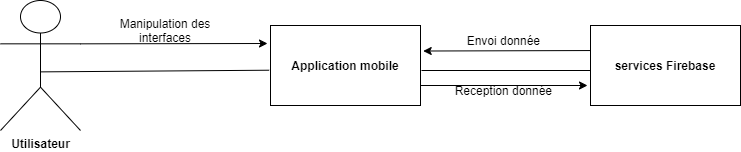
Above: Modélisation et diagramme/diagramme contexte.png in Josback04/MON_TFC (draw.io), before the change. Source tidied: cells renumbered, new cells last; positions are measured from the earlier drawing's top-left corner, leaving out a move shared by most shapes.
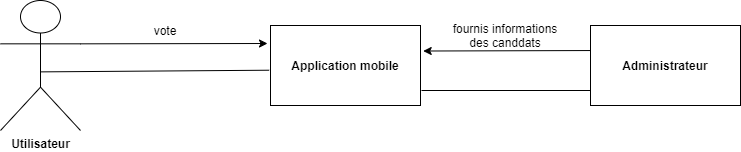
The same file after the commit.

The edit, as a diff of the source:
```diff
@@ -8,7 +8,7 @@
     <mxCell id="3" value="&lt;b&gt;Application mobile&lt;/b&gt;" style="rounded=0;whiteSpace=wrap;html=1;glass=0;align=center;" parent="1" vertex="1">
       <mxGeometry x="270" y="25" width="150" height="80" as="geometry" />
     </mxCell>
-    <mxCell id="4" value="&lt;b&gt;services Firebase&lt;/b&gt;" style="rounded=0;whiteSpace=wrap;html=1;glass=0;align=center;" parent="1" vertex="1">
+    <mxCell id="4" value="&lt;b&gt;Administrateur&lt;/b&gt;" style="rounded=0;whiteSpace=wrap;html=1;glass=0;align=center;" parent="1" vertex="1">
       <mxGeometry x="590" y="25" width="150" height="80" as="geometry" />
     </mxCell>
     <mxCell id="5" style="endArrow=none;html=1;strokeColor=#000000;exitX=0.509;exitY=0.549;exitDx=0;exitDy=0;exitPerimeter=0;entryX=-0.009;entryY=0.559;entryDx=0;entryDy=0;entryPerimeter=0;" parent="1" edge="1" source="2" target="3">
@@ -16,30 +16,22 @@
     </mxCell>
     <mxCell id="6" style="endArrow=none;html=1;strokeColor=#000000;entryX=-0.009;entryY=0.559;entryDx=0;entryDy=0;entryPerimeter=0;" parent="1" edge="1">
       <mxGeometry relative="1" as="geometry">
-        <mxPoint x="421" y="70" as="sourcePoint" />
-        <mxPoint x="590" y="70" as="targetPoint" />
+        <mxPoint x="421" y="90" as="sourcePoint" />
+        <mxPoint x="590" y="90" as="targetPoint" />
       </mxGeometry>
     </mxCell>
-    <mxCell id="7" style="endArrow=classic;html=1;strokeColor=#000000;exitX=1;exitY=0.75;exitDx=0;exitDy=0;" parent="1" edge="1" source="3">
-      <mxGeometry relative="1" as="geometry">
-        <mxPoint x="587" y="85" as="targetPoint" />
-      </mxGeometry>
-    </mxCell>
     <mxCell id="8" style="endArrow=classic;html=1;strokeColor=#000000;exitX=0;exitY=0.313;exitDx=0;exitDy=0;exitPerimeter=0;entryX=1.018;entryY=0.319;entryDx=0;entryDy=0;entryPerimeter=0;" parent="1" edge="1" source="4" target="3">
       <mxGeometry relative="1" as="geometry" />
     </mxCell>
-    <mxCell id="9" value="Reception donnée&amp;nbsp;" style="text;html=1;strokeColor=none;fillColor=none;align=center;verticalAlign=middle;whiteSpace=wrap;rounded=0;glass=0;" parent="1" vertex="1">
-      <mxGeometry x="450" y="80" width="110" height="20" as="geometry" />
-    </mxCell>
-    <mxCell id="10" value="Envoi donnée&amp;nbsp;" style="text;html=1;strokeColor=none;fillColor=none;align=center;verticalAlign=middle;whiteSpace=wrap;rounded=0;glass=0;" parent="1" vertex="1">
-      <mxGeometry x="450" y="30" width="110" height="20" as="geometry" />
+    <mxCell id="10" value="fournis informations des canddats" style="text;html=1;strokeColor=none;fillColor=none;align=center;verticalAlign=middle;whiteSpace=wrap;rounded=0;glass=0;" parent="1" vertex="1">
+      <mxGeometry x="450" y="25" width="110" height="20" as="geometry" />
     </mxCell>
     <mxCell id="11" style="endArrow=classic;html=1;strokeColor=#000000;exitX=1;exitY=0.3333333333333333;exitDx=0;exitDy=0;exitPerimeter=0;" parent="1" edge="1" source="2">
       <mxGeometry relative="1" as="geometry">
         <mxPoint x="267" y="43" as="targetPoint" />
       </mxGeometry>
     </mxCell>
-    <mxCell id="12" value="Manipulation des interfaces" style="text;html=1;strokeColor=none;fillColor=none;align=center;verticalAlign=middle;whiteSpace=wrap;rounded=0;glass=0;" parent="1" vertex="1">
+    <mxCell id="12" value="vote" style="text;html=1;strokeColor=none;fillColor=none;align=center;verticalAlign=middle;whiteSpace=wrap;rounded=0;glass=0;" parent="1" vertex="1">
       <mxGeometry x="110" y="20" width="110" height="20" as="geometry" />
     </mxCell>
   </root>
```
